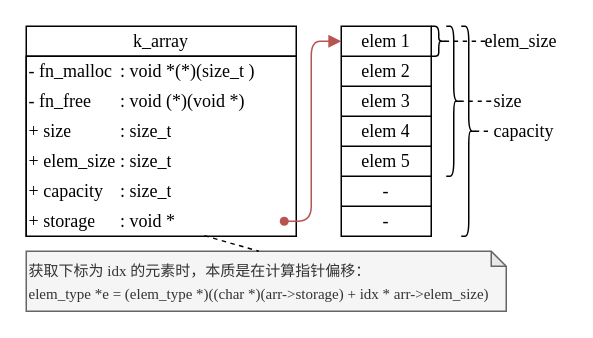
Earlier version of the draw.io diagram page "k_array" (1 of 10) of docs/drawio/k_utils.drawio (szdxdxdx/k_game). Source tidied: cells renumbered, new cells numbered last; positions are measured from the earlier drawing's top-left corner, leaving out a move shared by most shapes. Both pictures are drawn from the tidied source at 150%, with x=0, y=0 at pixel (26, 26).
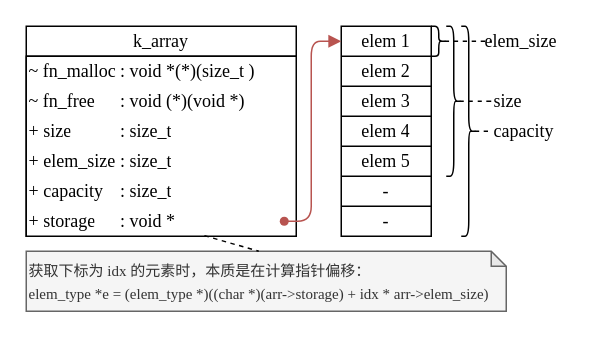
After the change.

The change refers to these unchanged cells:
```xml
<mxCell id="4" style="shape=tableRow;horizontal=0;startSize=0;swimlaneHead=0;swimlaneBody=0;top=0;left=0;bottom=0;right=0;fillColor=none;fontSize=16;strokeColor=inherit;" parent="3" vertex="1">
  <mxGeometry width="180" height="20" as="geometry" />
</mxCell>
<mxCell id="8" style="shape=tableRow;horizontal=0;startSize=0;swimlaneHead=0;swimlaneBody=0;top=0;left=0;bottom=0;right=0;fillColor=none;fontSize=16;strokeColor=inherit;" parent="3" vertex="1">
  <mxGeometry y="20" width="180" height="20" as="geometry" />
</mxCell>
```

The edit, as a diff of the source:
```diff
@@
-    <mxCell id="5" value="- fn_malloc" style="shape=partialRectangle;html=1;whiteSpace=wrap;fillColor=none;top=0;left=0;bottom=0;right=0;overflow=hidden;fontSize=12;strokeColor=inherit;align=left;fontFamily=Times New Roman;" parent="4" vertex="1">
+    <mxCell id="5" value="~ fn_malloc" style="shape=partialRectangle;html=1;whiteSpace=wrap;fillColor=none;top=0;left=0;bottom=0;right=0;overflow=hidden;fontSize=12;strokeColor=inherit;align=left;fontFamily=Times New Roman;" parent="4" vertex="1">
       <mxGeometry width="61" height="20" as="geometry" />
     </mxCell>
@@
-    <mxCell id="9" value="- fn_free" style="shape=partialRectangle;html=1;whiteSpace=wrap;fillColor=none;top=0;left=0;bottom=0;right=0;overflow=hidden;fontSize=12;strokeColor=inherit;align=left;fontFamily=Times New Roman;" parent="8" vertex="1">
+    <mxCell id="9" value="~ fn_free" style="shape=partialRectangle;html=1;whiteSpace=wrap;fillColor=none;top=0;left=0;bottom=0;right=0;overflow=hidden;fontSize=12;strokeColor=inherit;align=left;fontFamily=Times New Roman;" parent="8" vertex="1">
       <mxGeometry width="61" height="20" as="geometry" />
     </mxCell>
```
